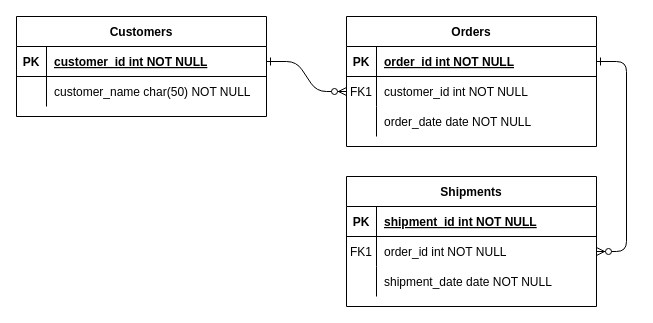
HarshhFarkiya/NucleusTeq-Training keeps this draw.io diagram as Untitled Diagram.drawio. Above is the earlier version. Source tidied: cells renumbered, new cells numbered last; positions are measured from the earlier drawing's top-left corner, leaving out a move shared by most shapes. Both pictures are drawn from the tidied source at 100%, with x=0, y=0 at pixel (16, 16).
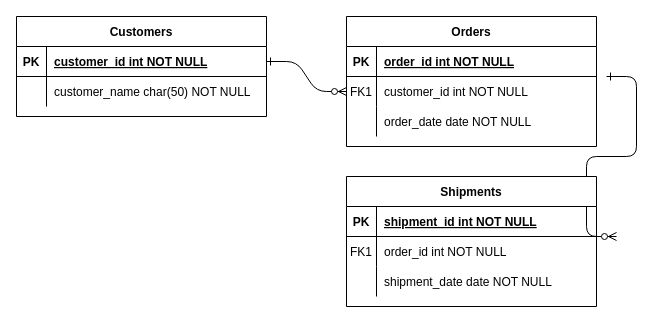
Above is the later version.

Unchanged cells that the change refers to:
```xml
<mxCell id="5" style="shape=partialRectangle;fillColor=none;points=[[0,0.5],[1,0.5]];portConstraint=eastwest;top=0;left=0;right=0;bottom=1;" parent="4" vertex="1">
  <mxGeometry y="30" width="250" height="30" as="geometry" />
</mxCell>
<mxCell id="18" style="shape=partialRectangle;fillColor=none;points=[[0,0.5],[1,0.5]];portConstraint=eastwest;top=0;left=0;right=0;bottom=0;" parent="14" vertex="1">
  <mxGeometry y="60" width="250" height="30" as="geometry" />
</mxCell>
```

Diff of the diagram source:
```diff
@@
-    <mxCell id="3" style="edgeStyle=entityRelationEdgeStyle;endArrow=ERzeroToMany;startArrow=ERone;endFill=1;startFill=0;" parent="1" edge="1" source="5" target="18">
-      <mxGeometry relative="1" as="geometry" />
+    <mxCell id="3" style="edgeStyle=entityRelationEdgeStyle;endArrow=ERzeroToMany;startArrow=ERone;endFill=1;startFill=0;" parent="1" edge="1">
+      <mxGeometry relative="1" as="geometry">
+        <mxPoint x="590" y="60" as="sourcePoint" />
+        <mxPoint x="600" y="220" as="targetPoint" />
+      </mxGeometry>
     </mxCell>
```
